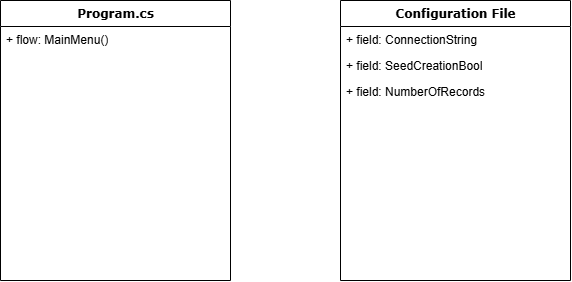
Earlier version of the draw.io export Console.CodingTracker/Diagrams/Classes.drawio.png (Wolfieeex/CodeReviews.Console.CodingTracker). Source tidied: cells renumbered, new cells last; positions are measured from the earlier drawing's top-left corner, leaving out a move shared by most shapes.
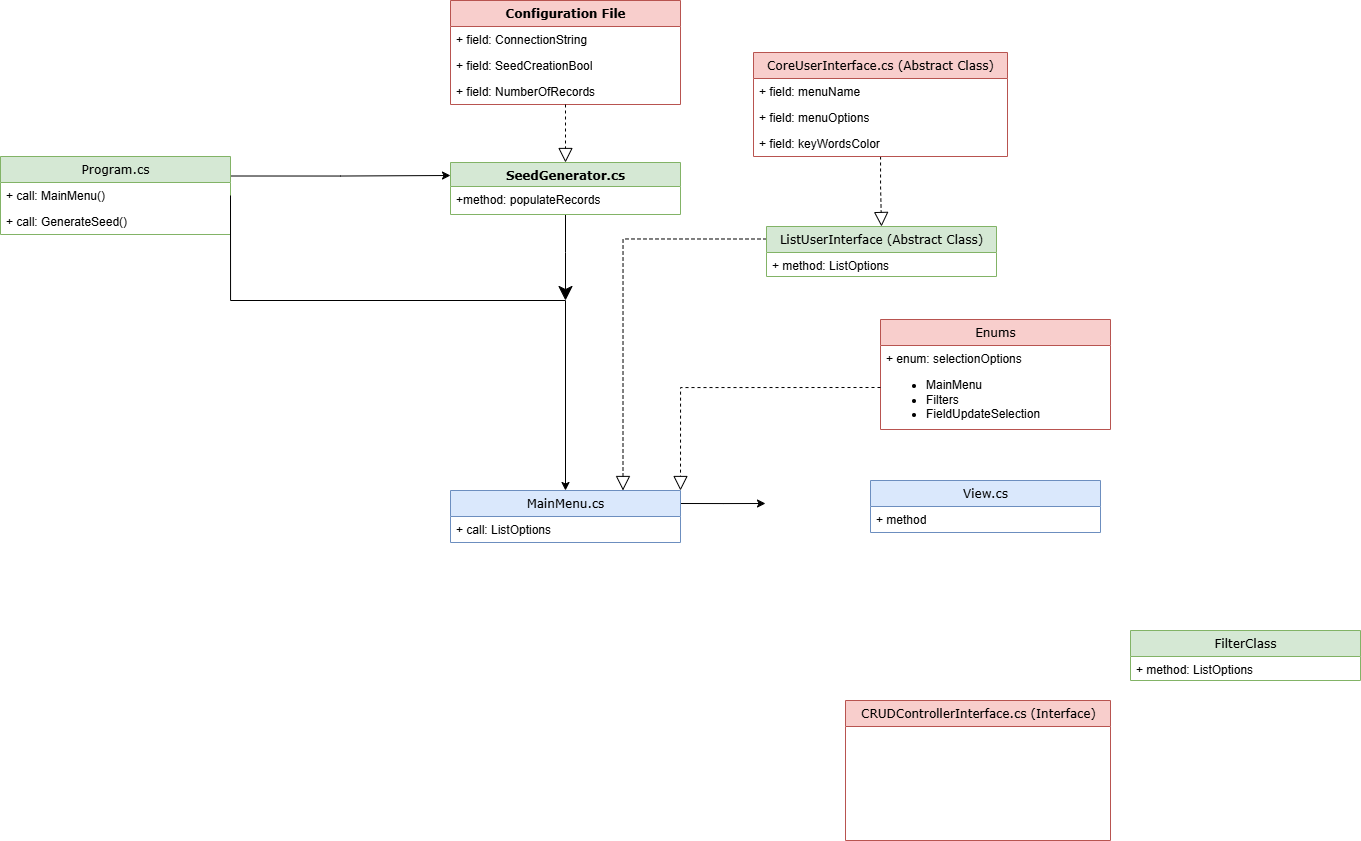
After the commit.

The edit, as a diff of the source:
```diff
@@ -2,23 +2,20 @@
   <root>
     <mxCell id="0" />
     <mxCell id="1" parent="0" />
+    <mxCell id="12" style="edgeStyle=orthogonalEdgeStyle;shape=connector;rounded=0;jettySize=auto;html=1;exitX=1;exitY=0.25;exitDx=0;exitDy=0;entryX=0;entryY=0.25;entryDx=0;entryDy=0;strokeColor=default;align=center;verticalAlign=middle;fontFamily=Helvetica;fontSize=11;fontColor=default;labelBackgroundColor=default;endArrow=classic;" parent="1" edge="1" source="2" target="31">
+      <mxGeometry relative="1" as="geometry" />
+    </mxCell>
-    <mxCell id="2" value="Program.cs" style="swimlane;html=1;fontStyle=1;align=center;verticalAlign=top;horizontal=1;startSize=26;swimlaneFillColor=#ffffff;rounded=0;shadow=0;comic=0;labelBackgroundColor=none;strokeWidth=1;fillColor=none;fontFamily=Verdana;fontSize=12;swimlaneLine=1;" parent="1" vertex="1">
-      <mxGeometry width="230" height="280" as="geometry" />
+    <mxCell id="2" value="Program.cs" style="swimlane;html=1;fontStyle=0;align=center;verticalAlign=top;horizontal=1;startSize=26;swimlaneFillColor=#ffffff;rounded=0;shadow=0;comic=0;labelBackgroundColor=none;strokeWidth=1;fillColor=#d5e8d4;fontFamily=Verdana;fontSize=12;swimlaneLine=1;strokeColor=#82b366;" parent="1" vertex="1">
+      <mxGeometry x="-420" y="46" width="230" height="78" as="geometry" />
     </mxCell>
-    <mxCell id="3" value="+ flow: MainMenu()" style="text;html=1;strokeColor=none;fillColor=none;align=left;verticalAlign=top;spacingLeft=4;spacingRight=4;whiteSpace=wrap;overflow=hidden;points=[[0,0.5],[1,0.5]];portConstraint=eastwest;" parent="2" vertex="1">
+    <mxCell id="3" value="+ call: MainMenu()" style="text;html=1;strokeColor=none;fillColor=none;align=left;verticalAlign=top;spacingLeft=4;spacingRight=4;whiteSpace=wrap;overflow=hidden;points=[[0,0.5],[1,0.5]];portConstraint=eastwest;" parent="2" vertex="1">
       <mxGeometry y="26" width="230" height="26" as="geometry" />
     </mxCell>
-    <mxCell id="4" style="text;html=1;strokeColor=none;fillColor=none;align=left;verticalAlign=top;spacingLeft=4;spacingRight=4;whiteSpace=wrap;overflow=hidden;" parent="2" vertex="1">
-      <mxGeometry y="52" width="230" height="26" as="geometry" />
-    </mxCell>
-    <mxCell id="5" style="text;html=1;strokeColor=none;fillColor=none;align=left;verticalAlign=top;spacingLeft=4;spacingRight=4;whiteSpace=wrap;overflow=hidden;" parent="2" vertex="1">
-      <mxGeometry y="78" width="230" height="26" as="geometry" />
-    </mxCell>
-    <mxCell id="6" style="text;html=1;strokeColor=none;fillColor=none;align=left;verticalAlign=top;spacingLeft=4;spacingRight=4;whiteSpace=wrap;overflow=hidden;" parent="2" vertex="1">
-      <mxGeometry y="104" width="230" height="26" as="geometry" />
-    </mxCell>
+    <mxCell id="13" value="+ call: GenerateSeed()" style="text;html=1;strokeColor=none;fillColor=none;align=left;verticalAlign=top;spacingLeft=4;spacingRight=4;whiteSpace=wrap;overflow=hidden;" parent="2" vertex="1">
+      <mxGeometry y="52" width="230" height="26" as="geometry" />
+    </mxCell>
-    <mxCell id="7" value="Configuration File" style="swimlane;html=1;fontStyle=1;align=center;verticalAlign=top;horizontal=1;startSize=26;swimlaneFillColor=#ffffff;rounded=0;shadow=0;comic=0;labelBackgroundColor=none;strokeWidth=1;fillColor=none;fontFamily=Verdana;fontSize=12;swimlaneLine=1;" parent="1" vertex="1">
-      <mxGeometry x="340" width="230" height="280" as="geometry" />
+    <mxCell id="7" value="Configuration File" style="swimlane;html=1;fontStyle=1;align=center;verticalAlign=top;horizontal=1;startSize=26;swimlaneFillColor=#ffffff;rounded=0;shadow=0;comic=0;labelBackgroundColor=none;strokeWidth=1;fillColor=#f8cecc;fontFamily=Verdana;fontSize=12;swimlaneLine=1;strokeColor=#b85450;" parent="1" vertex="1">
+      <mxGeometry x="30" y="-110" width="230" height="104" as="geometry" />
     </mxCell>
     <mxCell id="8" value="+ field: ConnectionString" style="text;html=1;strokeColor=none;fillColor=none;align=left;verticalAlign=top;spacingLeft=4;spacingRight=4;whiteSpace=wrap;overflow=hidden;" parent="7" vertex="1">
       <mxGeometry y="26" width="230" height="26" as="geometry" />
@@ -29,8 +26,86 @@
     <mxCell id="10" value="+ field: NumberOfRecords" style="text;html=1;strokeColor=none;fillColor=none;align=left;verticalAlign=top;spacingLeft=4;spacingRight=4;whiteSpace=wrap;overflow=hidden;" parent="7" vertex="1">
       <mxGeometry y="78" width="230" height="26" as="geometry" />
     </mxCell>
-    <mxCell id="11" style="text;html=1;strokeColor=none;fillColor=none;align=left;verticalAlign=top;spacingLeft=4;spacingRight=4;whiteSpace=wrap;overflow=hidden;" parent="7" vertex="1">
-      <mxGeometry y="104" width="230" height="26" as="geometry" />
-    </mxCell>
+    <mxCell id="14" style="edgeStyle=orthogonalEdgeStyle;shape=connector;rounded=0;jettySize=auto;html=1;exitX=1;exitY=0.25;exitDx=0;exitDy=0;entryX=0;entryY=0.25;entryDx=0;entryDy=0;strokeColor=default;align=center;verticalAlign=middle;fontFamily=Helvetica;fontSize=11;fontColor=default;labelBackgroundColor=default;endArrow=classic;" parent="1" edge="1" source="15">
+      <mxGeometry relative="1" as="geometry">
+        <mxPoint x="345" y="393" as="targetPoint" />
+      </mxGeometry>
+    </mxCell>
+    <mxCell id="15" value="MainMenu.cs" style="swimlane;html=1;fontStyle=0;align=center;verticalAlign=top;horizontal=1;startSize=26;swimlaneFillColor=#ffffff;rounded=0;shadow=0;comic=0;labelBackgroundColor=none;strokeWidth=1;fillColor=#dae8fc;fontFamily=Verdana;fontSize=12;swimlaneLine=1;strokeColor=#6c8ebf;" parent="1" vertex="1">
+      <mxGeometry x="30" y="380" width="230" height="52" as="geometry" />
+    </mxCell>
+    <mxCell id="16" value="+ call: ListOptions" style="text;html=1;strokeColor=none;fillColor=none;align=left;verticalAlign=top;spacingLeft=4;spacingRight=4;whiteSpace=wrap;overflow=hidden;" parent="15" vertex="1">
+      <mxGeometry y="26" width="230" height="26" as="geometry" />
+    </mxCell>
+    <mxCell id="17" style="edgeStyle=orthogonalEdgeStyle;shape=connector;rounded=0;jettySize=auto;html=1;entryX=0.5;entryY=0;entryDx=0;entryDy=0;dashed=1;strokeColor=default;align=center;verticalAlign=middle;fontFamily=Helvetica;fontSize=11;fontColor=default;labelBackgroundColor=default;endArrow=block;endFill=0;endSize=12;" parent="1" edge="1" source="18" target="26">
+      <mxGeometry relative="1" as="geometry" />
+    </mxCell>
+    <mxCell id="18" value="CoreUserInterface.cs (Abstract Class)" style="swimlane;html=1;fontStyle=0;align=center;verticalAlign=top;horizontal=1;startSize=26;swimlaneFillColor=#ffffff;rounded=0;shadow=0;comic=0;labelBackgroundColor=none;strokeWidth=1;fillColor=#f8cecc;fontFamily=Verdana;fontSize=12;swimlaneLine=1;strokeColor=#b85450;" parent="1" vertex="1">
+      <mxGeometry x="333" y="-58" width="254" height="104" as="geometry" />
+    </mxCell>
+    <mxCell id="19" value="+ field: menuName" style="text;html=1;strokeColor=none;fillColor=none;align=left;verticalAlign=top;spacingLeft=4;spacingRight=4;whiteSpace=wrap;overflow=hidden;" parent="18" vertex="1">
+      <mxGeometry y="26" width="254" height="26" as="geometry" />
+    </mxCell>
+    <mxCell id="20" value="+ field: menuOptions" style="text;html=1;strokeColor=none;fillColor=none;align=left;verticalAlign=top;spacingLeft=4;spacingRight=4;whiteSpace=wrap;overflow=hidden;" parent="18" vertex="1">
+      <mxGeometry y="52" width="254" height="26" as="geometry" />
+    </mxCell>
+    <mxCell id="21" value="+ field: keyWordsColor" style="text;html=1;strokeColor=none;fillColor=none;align=left;verticalAlign=top;spacingLeft=4;spacingRight=4;whiteSpace=wrap;overflow=hidden;" parent="18" vertex="1">
+      <mxGeometry y="78" width="254" height="26" as="geometry" />
+    </mxCell>
+    <mxCell id="22" value="Enums" style="swimlane;html=1;fontStyle=0;align=center;verticalAlign=top;horizontal=1;startSize=26;swimlaneFillColor=#ffffff;rounded=0;shadow=0;comic=0;labelBackgroundColor=none;strokeWidth=1;fillColor=#f8cecc;fontFamily=Verdana;fontSize=12;swimlaneLine=1;strokeColor=#b85450;" parent="1" vertex="1">
+      <mxGeometry x="460" y="209" width="230" height="110" as="geometry" />
+    </mxCell>
+    <mxCell id="23" value="+ enum: selectionOptions&lt;div&gt;&lt;ul&gt;&lt;li&gt;MainMenu&lt;/li&gt;&lt;li&gt;Filters&lt;/li&gt;&lt;li&gt;FieldUpdateSelection&lt;/li&gt;&lt;/ul&gt;&lt;div&gt;&lt;br&gt;&lt;/div&gt;&lt;/div&gt;" style="text;html=1;strokeColor=none;fillColor=none;align=left;verticalAlign=top;spacingLeft=4;spacingRight=4;whiteSpace=wrap;overflow=hidden;points=[[0,0.5],[1,0.5]];portConstraint=eastwest;" parent="22" vertex="1">
+      <mxGeometry y="26" width="230" height="84" as="geometry" />
+    </mxCell>
+    <mxCell id="24" value="CRUDControllerInterface.cs (Interface)" style="swimlane;html=1;fontStyle=0;align=center;verticalAlign=top;horizontal=1;startSize=26;swimlaneFillColor=#ffffff;rounded=0;shadow=0;comic=0;labelBackgroundColor=none;strokeWidth=1;fillColor=#f8cecc;fontFamily=Verdana;fontSize=12;swimlaneLine=1;strokeColor=#b85450;" parent="1" vertex="1">
+      <mxGeometry x="425" y="590" width="265" height="140" as="geometry" />
+    </mxCell>
+    <mxCell id="25" style="edgeStyle=orthogonalEdgeStyle;shape=connector;rounded=0;jettySize=auto;html=1;exitX=0;exitY=0.25;exitDx=0;exitDy=0;entryX=0.75;entryY=0;entryDx=0;entryDy=0;dashed=1;strokeColor=default;align=center;verticalAlign=middle;fontFamily=Helvetica;fontSize=11;fontColor=default;labelBackgroundColor=default;endArrow=block;endFill=0;endSize=12;" parent="1" edge="1" source="26" target="15">
+      <mxGeometry relative="1" as="geometry" />
+    </mxCell>
+    <mxCell id="26" value="ListUserInterface (Abstract Class)" style="swimlane;html=1;fontStyle=0;align=center;verticalAlign=top;horizontal=1;startSize=26;swimlaneFillColor=#ffffff;rounded=0;shadow=0;comic=0;labelBackgroundColor=none;strokeWidth=1;fillColor=#d5e8d4;fontFamily=Verdana;fontSize=12;swimlaneLine=1;strokeColor=#82b366;" parent="1" vertex="1">
+      <mxGeometry x="346" y="116" width="230" height="50" as="geometry" />
+    </mxCell>
+    <mxCell id="27" value="+ method: ListOptions" style="text;html=1;strokeColor=none;fillColor=none;align=left;verticalAlign=top;spacingLeft=4;spacingRight=4;whiteSpace=wrap;overflow=hidden;" parent="26" vertex="1">
+      <mxGeometry y="26" width="230" height="24" as="geometry" />
+    </mxCell>
+    <mxCell id="28" value="View.cs" style="swimlane;html=1;fontStyle=0;align=center;verticalAlign=top;horizontal=1;startSize=26;swimlaneFillColor=#ffffff;rounded=0;shadow=0;comic=0;labelBackgroundColor=none;strokeWidth=1;fillColor=#dae8fc;fontFamily=Verdana;fontSize=12;swimlaneLine=1;strokeColor=#6c8ebf;" parent="1" vertex="1">
+      <mxGeometry x="450" y="370" width="230" height="52" as="geometry" />
+    </mxCell>
+    <mxCell id="29" value="+ method" style="text;html=1;strokeColor=none;fillColor=none;align=left;verticalAlign=top;spacingLeft=4;spacingRight=4;whiteSpace=wrap;overflow=hidden;" parent="28" vertex="1">
+      <mxGeometry y="26" width="230" height="26" as="geometry" />
+    </mxCell>
+    <mxCell id="30" style="edgeStyle=orthogonalEdgeStyle;shape=connector;rounded=0;jettySize=auto;html=1;strokeColor=default;align=center;verticalAlign=middle;fontFamily=Helvetica;fontSize=11;fontColor=default;labelBackgroundColor=default;endArrow=classic;endSize=12;" parent="1" edge="1" source="31">
+      <mxGeometry relative="1" as="geometry">
+        <mxPoint x="145" y="190" as="targetPoint" />
+      </mxGeometry>
+    </mxCell>
+    <mxCell id="31" value="SeedGenerator.cs" style="swimlane;html=1;fontStyle=1;align=center;verticalAlign=top;horizontal=1;startSize=24;swimlaneFillColor=#ffffff;rounded=0;shadow=0;comic=0;labelBackgroundColor=none;strokeWidth=1;fillColor=#d5e8d4;fontFamily=Verdana;fontSize=12;swimlaneLine=1;strokeColor=#82b366;" parent="1" vertex="1">
+      <mxGeometry x="30" y="52" width="230" height="52" as="geometry" />
+    </mxCell>
+    <mxCell id="32" value="+method: populateRecords" style="text;html=1;strokeColor=none;fillColor=none;align=left;verticalAlign=top;spacingLeft=4;spacingRight=4;whiteSpace=wrap;overflow=hidden;" parent="31" vertex="1">
+      <mxGeometry y="24" width="230" height="26" as="geometry" />
+    </mxCell>
+    <mxCell id="33" style="edgeStyle=orthogonalEdgeStyle;shape=connector;rounded=0;jettySize=auto;html=1;exitX=1;exitY=0.5;exitDx=0;exitDy=0;entryX=0.5;entryY=0;entryDx=0;entryDy=0;strokeColor=default;align=center;verticalAlign=middle;fontFamily=Helvetica;fontSize=11;fontColor=default;labelBackgroundColor=default;endArrow=classic;flowAnimation=0;jumpStyle=none;curved=0;" parent="1" edge="1" source="3" target="15">
+      <mxGeometry relative="1" as="geometry">
+        <Array as="points">
+          <mxPoint x="-190" y="190" />
+          <mxPoint x="145" y="190" />
+        </Array>
+      </mxGeometry>
+    </mxCell>
+    <mxCell id="34" style="edgeStyle=orthogonalEdgeStyle;shape=connector;rounded=0;jettySize=auto;html=1;entryX=0.5;entryY=0;entryDx=0;entryDy=0;dashed=1;strokeColor=default;align=center;verticalAlign=middle;fontFamily=Helvetica;fontSize=11;fontColor=default;labelBackgroundColor=default;endArrow=block;endFill=0;endSize=12;" parent="1" edge="1" source="7" target="31">
+      <mxGeometry relative="1" as="geometry" />
+    </mxCell>
+    <mxCell id="35" style="edgeStyle=orthogonalEdgeStyle;shape=connector;rounded=0;jettySize=auto;html=1;exitX=0;exitY=0.5;exitDx=0;exitDy=0;entryX=1;entryY=0;entryDx=0;entryDy=0;dashed=1;strokeColor=default;align=center;verticalAlign=middle;fontFamily=Helvetica;fontSize=11;fontColor=default;labelBackgroundColor=default;endArrow=block;endFill=0;endSize=12;" parent="1" edge="1" source="23" target="15">
+      <mxGeometry relative="1" as="geometry" />
+    </mxCell>
+    <mxCell id="36" value="FilterClass" style="swimlane;html=1;fontStyle=0;align=center;verticalAlign=top;horizontal=1;startSize=26;swimlaneFillColor=#ffffff;rounded=0;shadow=0;comic=0;labelBackgroundColor=none;strokeWidth=1;fillColor=#d5e8d4;fontFamily=Verdana;fontSize=12;swimlaneLine=1;strokeColor=#82b366;" parent="1" vertex="1">
+      <mxGeometry x="710" y="520" width="230" height="50" as="geometry" />
+    </mxCell>
+    <mxCell id="37" value="+ method: ListOptions" style="text;html=1;strokeColor=none;fillColor=none;align=left;verticalAlign=top;spacingLeft=4;spacingRight=4;whiteSpace=wrap;overflow=hidden;" parent="36" vertex="1">
+      <mxGeometry y="26" width="230" height="24" as="geometry" />
+    </mxCell>
   </root>
 </mxGraphModel>
```
